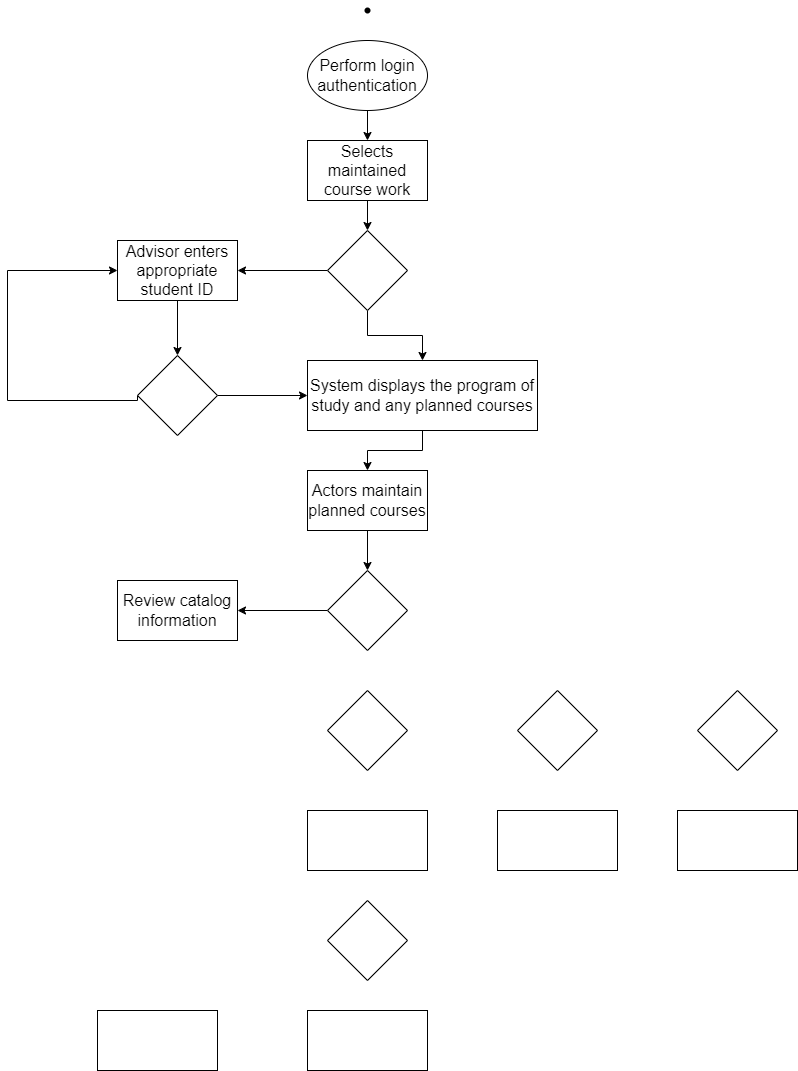
Earlier version of the draw.io export Chương 1.png (datnham0212/learning). Source tidied: cells renumbered, new cells last; positions are measured from the earlier drawing's top-left corner, leaving out a move shared by most shapes. Source of this version:
```xml
<mxGraphModel>
  <root>
    <mxCell id="0" />
    <mxCell id="1" parent="0" />
    <mxCell id="2" style="shape=waypoint;sketch=0;fillStyle=solid;size=6;fillColor=none;perimeter=centerPerimeter;fontSize=16;" parent="1" vertex="1">
      <mxGeometry x="350" width="20" height="20" as="geometry" />
    </mxCell>
    <mxCell id="3" style="edgeStyle=orthogonalEdgeStyle;rounded=0;jettySize=auto;html=1;exitX=0.5;exitY=1;exitDx=0;exitDy=0;entryX=0.5;entryY=0;entryDx=0;entryDy=0;" parent="1" edge="1" source="4" target="6">
      <mxGeometry relative="1" as="geometry" />
    </mxCell>
    <mxCell id="4" value="Perform login authentication" style="ellipse;whiteSpace=wrap;html=1;fontSize=16;" parent="1" vertex="1">
      <mxGeometry x="300" y="40" width="120" height="70" as="geometry" />
    </mxCell>
    <mxCell id="5" style="edgeStyle=orthogonalEdgeStyle;rounded=0;jettySize=auto;html=1;entryX=0.5;entryY=0;entryDx=0;entryDy=0;" parent="1" edge="1" source="6" target="9">
      <mxGeometry relative="1" as="geometry" />
    </mxCell>
    <mxCell id="6" value="Selects maintained course work" style="rounded=0;whiteSpace=wrap;html=1;fontSize=16;" parent="1" vertex="1">
      <mxGeometry x="300" y="140" width="120" height="60" as="geometry" />
    </mxCell>
    <mxCell id="7" style="edgeStyle=orthogonalEdgeStyle;rounded=0;jettySize=auto;html=1;entryX=1;entryY=0.5;entryDx=0;entryDy=0;" parent="1" edge="1" source="9" target="11">
      <mxGeometry relative="1" as="geometry" />
    </mxCell>
    <mxCell id="8" style="edgeStyle=orthogonalEdgeStyle;rounded=0;jettySize=auto;html=1;entryX=0.5;entryY=0;entryDx=0;entryDy=0;" parent="1" edge="1" source="9" target="16">
      <mxGeometry relative="1" as="geometry" />
    </mxCell>
    <mxCell id="9" style="rhombus;whiteSpace=wrap;html=1;fontSize=16;" parent="1" vertex="1">
      <mxGeometry x="320" y="230" width="80" height="80" as="geometry" />
    </mxCell>
    <mxCell id="10" style="edgeStyle=orthogonalEdgeStyle;rounded=0;jettySize=auto;html=1;entryX=0.5;entryY=0;entryDx=0;entryDy=0;" parent="1" edge="1" source="11" target="14">
      <mxGeometry relative="1" as="geometry" />
    </mxCell>
    <mxCell id="11" value="Advisor enters appropriate student ID" style="rounded=0;whiteSpace=wrap;html=1;fontSize=16;" parent="1" vertex="1">
      <mxGeometry x="110" y="240" width="120" height="60" as="geometry" />
    </mxCell>
    <mxCell id="12" style="edgeStyle=orthogonalEdgeStyle;rounded=0;jettySize=auto;html=1;exitX=0;exitY=0.5;exitDx=0;exitDy=0;entryX=0;entryY=0.5;entryDx=0;entryDy=0;" parent="1" edge="1" source="14" target="11">
      <mxGeometry relative="1" as="geometry">
        <Array as="points">
          <mxPoint x="130" y="400" />
          <mxPoint y="400" />
          <mxPoint y="270" />
        </Array>
      </mxGeometry>
    </mxCell>
    <mxCell id="13" style="edgeStyle=orthogonalEdgeStyle;rounded=0;jettySize=auto;html=1;entryX=0;entryY=0.5;entryDx=0;entryDy=0;" parent="1" edge="1" source="14" target="16">
      <mxGeometry relative="1" as="geometry" />
    </mxCell>
    <mxCell id="14" style="rhombus;whiteSpace=wrap;html=1;fontSize=16;" parent="1" vertex="1">
      <mxGeometry x="130" y="355" width="80" height="80" as="geometry" />
    </mxCell>
    <mxCell id="15" style="edgeStyle=orthogonalEdgeStyle;rounded=0;jettySize=auto;html=1;" parent="1" edge="1" source="16" target="18">
      <mxGeometry relative="1" as="geometry" />
    </mxCell>
    <mxCell id="16" value="System displays the program of study and any planned courses" style="rounded=0;whiteSpace=wrap;html=1;fontSize=16;" parent="1" vertex="1">
      <mxGeometry x="300" y="360" width="230" height="70" as="geometry" />
    </mxCell>
    <mxCell id="17" style="edgeStyle=orthogonalEdgeStyle;rounded=0;jettySize=auto;html=1;entryX=0.5;entryY=0;entryDx=0;entryDy=0;" parent="1" edge="1" source="18" target="22">
      <mxGeometry relative="1" as="geometry" />
    </mxCell>
    <mxCell id="18" value="Actors maintain planned courses" style="rounded=0;whiteSpace=wrap;html=1;fontSize=16;" parent="1" vertex="1">
      <mxGeometry x="300" y="470" width="120" height="60" as="geometry" />
    </mxCell>
    <mxCell id="19" value="Review catalog information" style="rounded=0;whiteSpace=wrap;html=1;fontSize=16;" parent="1" vertex="1">
      <mxGeometry x="110" y="580" width="120" height="60" as="geometry" />
    </mxCell>
    <mxCell id="20" style="rounded=0;whiteSpace=wrap;html=1;fontSize=16;" parent="1" vertex="1">
      <mxGeometry x="300" y="810" width="120" height="60" as="geometry" />
    </mxCell>
    <mxCell id="21" style="edgeStyle=orthogonalEdgeStyle;rounded=0;jettySize=auto;html=1;entryX=1;entryY=0.5;entryDx=0;entryDy=0;" parent="1" edge="1" source="22" target="19">
      <mxGeometry relative="1" as="geometry" />
    </mxCell>
    <mxCell id="22" style="rhombus;whiteSpace=wrap;html=1;fontSize=16;" parent="1" vertex="1">
      <mxGeometry x="320" y="570" width="80" height="80" as="geometry" />
    </mxCell>
    <mxCell id="23" style="rhombus;whiteSpace=wrap;html=1;fontSize=16;" parent="1" vertex="1">
      <mxGeometry x="320" y="690" width="80" height="80" as="geometry" />
    </mxCell>
    <mxCell id="24" style="rhombus;whiteSpace=wrap;html=1;fontSize=16;" parent="1" vertex="1">
      <mxGeometry x="510" y="690" width="80" height="80" as="geometry" />
    </mxCell>
    <mxCell id="25" style="rhombus;whiteSpace=wrap;html=1;fontSize=16;" parent="1" vertex="1">
      <mxGeometry x="690" y="690" width="80" height="80" as="geometry" />
    </mxCell>
    <mxCell id="26" style="rounded=0;whiteSpace=wrap;html=1;fontSize=16;" parent="1" vertex="1">
      <mxGeometry x="490" y="810" width="120" height="60" as="geometry" />
    </mxCell>
    <mxCell id="27" style="rounded=0;whiteSpace=wrap;html=1;fontSize=16;" parent="1" vertex="1">
      <mxGeometry x="670" y="810" width="120" height="60" as="geometry" />
    </mxCell>
    <mxCell id="28" style="rhombus;whiteSpace=wrap;html=1;fontSize=16;" parent="1" vertex="1">
      <mxGeometry x="320" y="900" width="80" height="80" as="geometry" />
    </mxCell>
    <mxCell id="29" style="rounded=0;whiteSpace=wrap;html=1;fontSize=16;" parent="1" vertex="1">
      <mxGeometry x="300" y="1010" width="120" height="60" as="geometry" />
    </mxCell>
    <mxCell id="30" style="rounded=0;whiteSpace=wrap;html=1;fontSize=16;" parent="1" vertex="1">
      <mxGeometry x="90" y="1010" width="120" height="60" as="geometry" />
    </mxCell>
  </root>
</mxGraphModel>
```
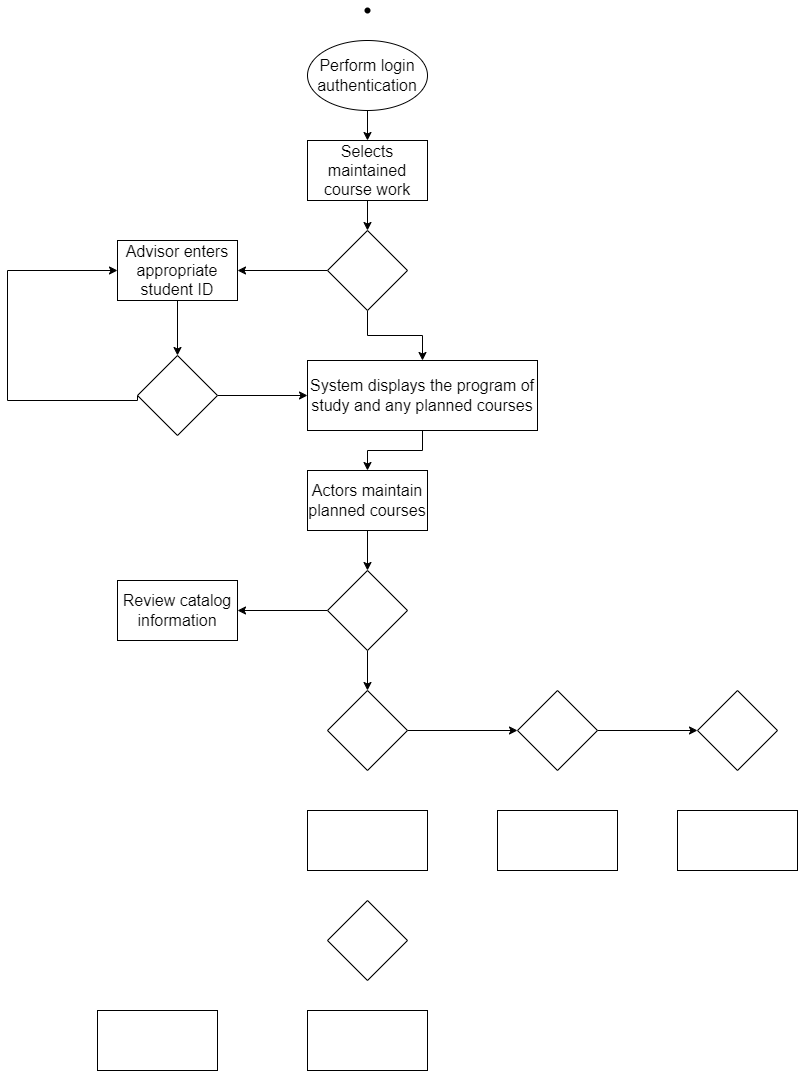
The same diagram one commit later.

The edit, as a diff of the source:
```diff
@@ -68,12 +68,21 @@
     <mxCell id="21" style="edgeStyle=orthogonalEdgeStyle;rounded=0;jettySize=auto;html=1;entryX=1;entryY=0.5;entryDx=0;entryDy=0;" parent="1" edge="1" source="22" target="19">
       <mxGeometry relative="1" as="geometry" />
     </mxCell>
+    <mxCell id="31" style="edgeStyle=orthogonalEdgeStyle;rounded=0;jettySize=auto;html=1;entryX=0.5;entryY=0;entryDx=0;entryDy=0;" parent="1" edge="1" source="22" target="23">
+      <mxGeometry relative="1" as="geometry" />
+    </mxCell>
     <mxCell id="22" style="rhombus;whiteSpace=wrap;html=1;fontSize=16;" parent="1" vertex="1">
       <mxGeometry x="320" y="570" width="80" height="80" as="geometry" />
     </mxCell>
+    <mxCell id="32" style="edgeStyle=orthogonalEdgeStyle;rounded=0;jettySize=auto;html=1;entryX=0;entryY=0.5;entryDx=0;entryDy=0;" parent="1" edge="1" source="23" target="24">
+      <mxGeometry relative="1" as="geometry" />
+    </mxCell>
     <mxCell id="23" style="rhombus;whiteSpace=wrap;html=1;fontSize=16;" parent="1" vertex="1">
       <mxGeometry x="320" y="690" width="80" height="80" as="geometry" />
     </mxCell>
+    <mxCell id="33" style="edgeStyle=orthogonalEdgeStyle;rounded=0;jettySize=auto;html=1;entryX=0;entryY=0.5;entryDx=0;entryDy=0;" parent="1" edge="1" source="24" target="25">
+      <mxGeometry relative="1" as="geometry" />
+    </mxCell>
     <mxCell id="24" style="rhombus;whiteSpace=wrap;html=1;fontSize=16;" parent="1" vertex="1">
       <mxGeometry x="510" y="690" width="80" height="80" as="geometry" />
     </mxCell>
```
